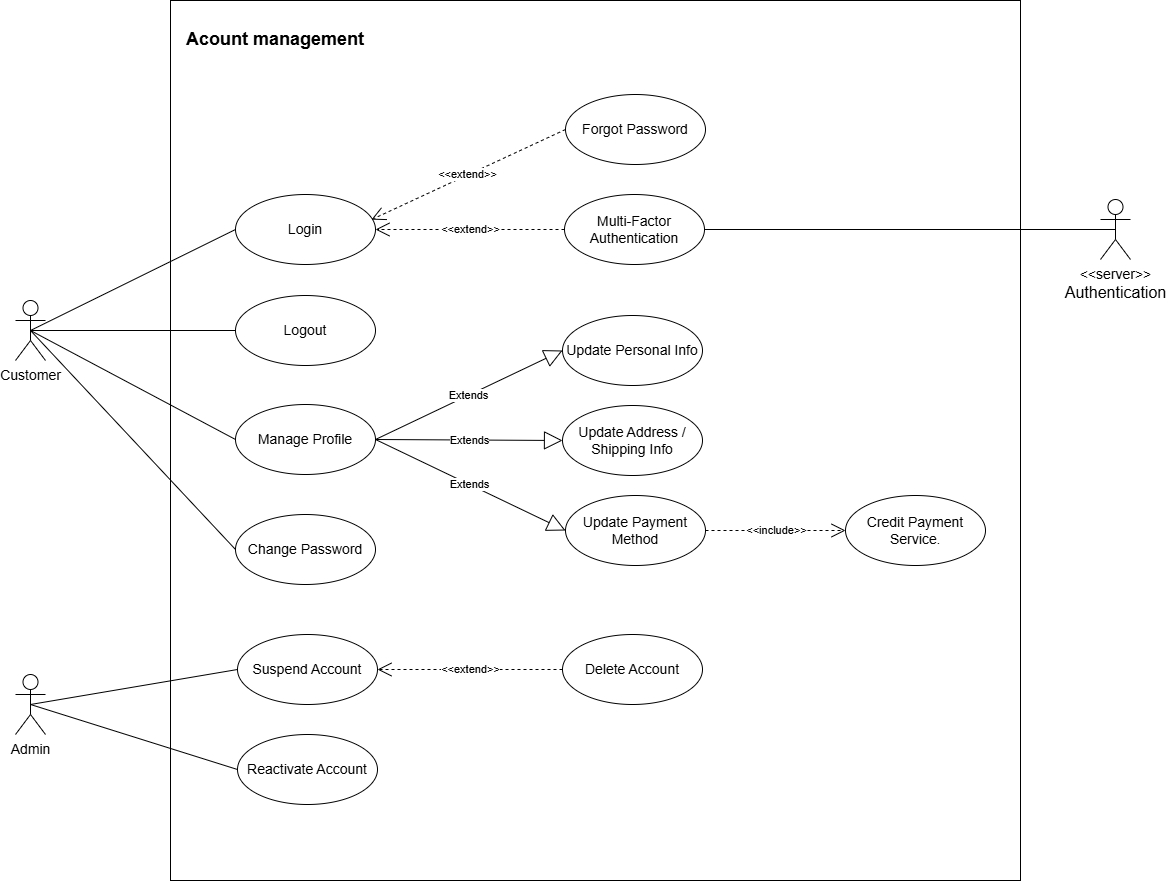
Before: docs/usecases/detailed/account_management.drawio.png, a diagram exported from draw.io (Thu-sunrise/cloud_computing). Source tidied: cells renumbered, new cells last; positions are measured from the earlier drawing's top-left corner, leaving out a move shared by most shapes.
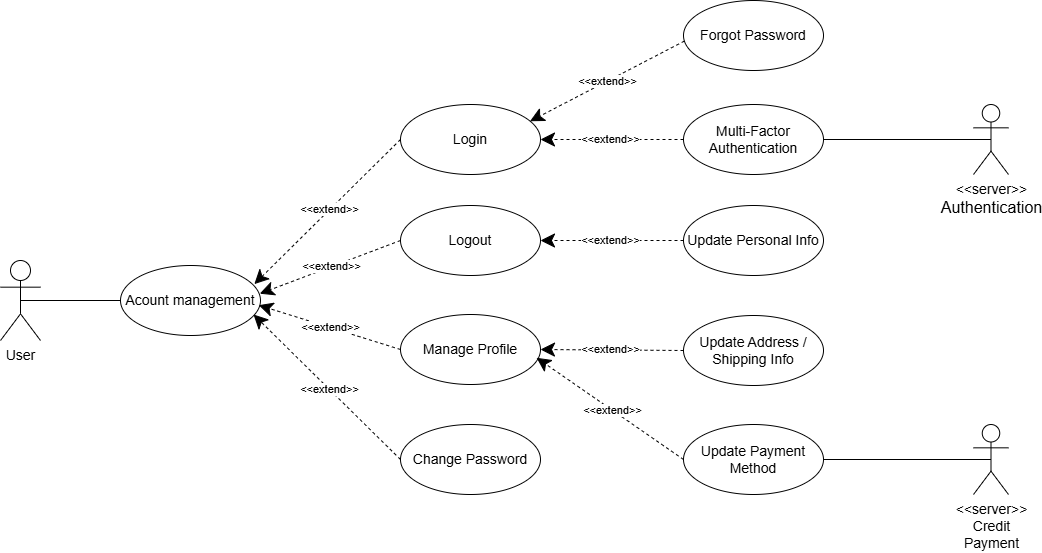
Later version of the same file.

Commit message:
Cập nhật sơ đồ use case: account_management và view_product

What changed in the source:
```diff
@@ -2,101 +2,80 @@
   <root>
     <mxCell id="0" />
     <mxCell id="1" parent="0" />
-    <mxCell id="2" style="rounded=0;whiteSpace=wrap;html=1;" parent="1" vertex="1">
-      <mxGeometry x="155" width="850" height="880" as="geometry" />
-    </mxCell>
-    <mxCell id="3" value="&lt;font style=&quot;font-size: 14px;&quot;&gt;Login&lt;/font&gt;" style="ellipse;whiteSpace=wrap;html=1;" parent="1" vertex="1">
-      <mxGeometry x="220" y="194" width="140" height="70" as="geometry" />
-    </mxCell>
+    <mxCell id="33" value="&lt;font style=&quot;font-size: 14px;&quot;&gt;Login&lt;/font&gt;" style="ellipse;whiteSpace=wrap;html=1;" parent="1" vertex="1">
+      <mxGeometry x="585" y="272" width="140" height="70" as="geometry" />
+    </mxCell>
     <mxCell id="4" value="&lt;font style=&quot;font-size: 14px;&quot;&gt;Logout&lt;/font&gt;" style="ellipse;whiteSpace=wrap;html=1;" parent="1" vertex="1">
-      <mxGeometry x="220" y="295" width="140" height="70" as="geometry" />
+      <mxGeometry x="585" y="373" width="140" height="70" as="geometry" />
     </mxCell>
     <mxCell id="5" value="&lt;font style=&quot;font-size: 14px;&quot;&gt;Manage Profile&lt;/font&gt;" style="ellipse;whiteSpace=wrap;html=1;" parent="1" vertex="1">
-      <mxGeometry x="220" y="404" width="140" height="70" as="geometry" />
+      <mxGeometry x="585" y="482" width="140" height="70" as="geometry" />
     </mxCell>
     <mxCell id="6" value="&lt;font style=&quot;font-size: 14px;&quot;&gt;Update Personal Info&lt;/font&gt;" style="ellipse;whiteSpace=wrap;html=1;" parent="1" vertex="1">
-      <mxGeometry x="547" y="315" width="140" height="70" as="geometry" />
+      <mxGeometry x="868" y="373" width="140" height="70" as="geometry" />
     </mxCell>
     <mxCell id="7" value="&lt;font style=&quot;font-size: 14px;&quot;&gt;Update Address / Shipping Info&lt;/font&gt;" style="ellipse;whiteSpace=wrap;html=1;" parent="1" vertex="1">
-      <mxGeometry x="547" y="405" width="140" height="70" as="geometry" />
+      <mxGeometry x="868" y="483" width="140" height="70" as="geometry" />
     </mxCell>
     <mxCell id="8" value="&lt;font style=&quot;font-size: 14px;&quot;&gt;Update Payment Method&lt;/font&gt;" style="ellipse;whiteSpace=wrap;html=1;" parent="1" vertex="1">
-      <mxGeometry x="550" y="495" width="140" height="70" as="geometry" />
+      <mxGeometry x="868" y="592" width="140" height="70" as="geometry" />
     </mxCell>
-    <mxCell id="9" value="&lt;span&gt;&lt;font style=&quot;font-size: 14px;&quot;&gt;Credit Payment Service&lt;/font&gt;&lt;/span&gt;." style="ellipse;whiteSpace=wrap;html=1;" parent="1" vertex="1">
-      <mxGeometry x="830" y="495" width="140" height="70" as="geometry" />
-    </mxCell>
     <mxCell id="10" value="&lt;font style=&quot;font-size: 14px;&quot;&gt;Change Password&lt;/font&gt;" style="ellipse;whiteSpace=wrap;html=1;" parent="1" vertex="1">
-      <mxGeometry x="220" y="514" width="140" height="70" as="geometry" />
+      <mxGeometry x="585" y="592" width="140" height="70" as="geometry" />
     </mxCell>
-    <mxCell id="11" value="&lt;font style=&quot;font-size: 14px;&quot;&gt;Suspend Account&lt;/font&gt;" style="ellipse;whiteSpace=wrap;html=1;" parent="1" vertex="1">
-      <mxGeometry x="222" y="634" width="140" height="70" as="geometry" />
-    </mxCell>
-    <mxCell id="12" value="&lt;font style=&quot;font-size: 14px;&quot;&gt;Reactivate Account&lt;/font&gt;" style="ellipse;whiteSpace=wrap;html=1;" parent="1" vertex="1">
-      <mxGeometry x="222" y="734" width="140" height="70" as="geometry" />
-    </mxCell>
-    <mxCell id="13" value="&lt;font style=&quot;font-size: 14px;&quot;&gt;Delete Account&lt;/font&gt;" style="ellipse;whiteSpace=wrap;html=1;" parent="1" vertex="1">
-      <mxGeometry x="547" y="634" width="140" height="70" as="geometry" />
-    </mxCell>
     <mxCell id="14" value="&lt;span&gt;&lt;font style=&quot;font-size: 14px;&quot;&gt;Forgot Password&lt;/font&gt;&lt;/span&gt;" style="ellipse;whiteSpace=wrap;html=1;" parent="1" vertex="1">
-      <mxGeometry x="550" y="94" width="140" height="70" as="geometry" />
+      <mxGeometry x="868" y="168" width="140" height="70" as="geometry" />
     </mxCell>
-    <mxCell id="15" value="&amp;lt;&amp;lt;extend&amp;gt;&amp;gt;" style="endArrow=open;endSize=12;dashed=1;html=1;rounded=0;exitX=0;exitY=0.5;exitDx=0;exitDy=0;entryX=0.971;entryY=0.359;entryDx=0;entryDy=0;entryPerimeter=0;" parent="1" edge="1" source="14" target="3">
-      <mxGeometry relative="1" as="geometry" />
-    </mxCell>
-    <mxCell id="16" value="&amp;lt;&amp;lt;include&amp;gt;&amp;gt;" style="endArrow=open;endSize=12;dashed=1;html=1;rounded=0;exitX=1;exitY=0.5;exitDx=0;exitDy=0;entryX=0;entryY=0.5;entryDx=0;entryDy=0;" parent="1" edge="1" source="8" target="9">
-      <mxGeometry relative="1" as="geometry" />
-    </mxCell>
-    <mxCell id="17" value="&amp;lt;&amp;lt;extend&amp;gt;&amp;gt;" style="endArrow=open;endSize=12;dashed=1;html=1;rounded=0;exitX=0;exitY=0.5;exitDx=0;exitDy=0;entryX=1;entryY=0.5;entryDx=0;entryDy=0;" parent="1" edge="1" source="13" target="11">
-      <mxGeometry relative="1" as="geometry" />
-    </mxCell>
-    <mxCell id="18" value="&amp;lt;&amp;lt;extend&amp;gt;&amp;gt;" style="endArrow=open;endSize=12;dashed=1;html=1;rounded=0;exitX=0;exitY=0.5;exitDx=0;exitDy=0;entryX=1;entryY=0.5;entryDx=0;entryDy=0;" parent="1" edge="1" source="19" target="3">
-      <mxGeometry relative="1" as="geometry" />
-    </mxCell>
+    <mxCell id="34" value="&amp;lt;&amp;lt;extend&amp;gt;&amp;gt;" style="endArrow=classic;endSize=12;dashed=1;html=1;rounded=0;exitX=0.006;exitY=0.58;exitDx=0;exitDy=0;exitPerimeter=0;entryX=0.925;entryY=0.239;entryDx=0;entryDy=0;entryPerimeter=0;endFill=1;" parent="1" edge="1" source="14" target="33">
+      <mxGeometry relative="1" as="geometry" />
+    </mxCell>
+    <mxCell id="35" value="&amp;lt;&amp;lt;extend&amp;gt;&amp;gt;" style="endArrow=classic;endSize=12;dashed=1;html=1;rounded=0;exitX=0;exitY=0.5;exitDx=0;exitDy=0;entryX=1;entryY=0.5;entryDx=0;entryDy=0;endFill=1;" parent="1" edge="1" source="19" target="33">
+      <mxGeometry relative="1" as="geometry" />
+    </mxCell>
     <mxCell id="19" value="&lt;font style=&quot;font-size: 14px;&quot;&gt;Multi-Factor Authentication&lt;/font&gt;" style="ellipse;whiteSpace=wrap;html=1;" parent="1" vertex="1">
-      <mxGeometry x="549" y="194" width="140" height="70" as="geometry" />
+      <mxGeometry x="868" y="272" width="140" height="70" as="geometry" />
     </mxCell>
-    <mxCell id="20" value="Extends" style="endArrow=block;endSize=16;endFill=0;html=1;rounded=0;exitX=1;exitY=0.5;exitDx=0;exitDy=0;entryX=0;entryY=0.5;entryDx=0;entryDy=0;" parent="1" edge="1" source="5" target="6">
-      <mxGeometry relative="1" as="geometry" />
-    </mxCell>
-    <mxCell id="21" value="Extends" style="endArrow=block;endSize=16;endFill=0;html=1;rounded=0;entryX=0;entryY=0.5;entryDx=0;entryDy=0;exitX=1;exitY=0.5;exitDx=0;exitDy=0;" parent="1" edge="1" source="5" target="7">
-      <mxGeometry relative="1" as="geometry" />
-    </mxCell>
-    <mxCell id="22" value="Extends" style="endArrow=block;endSize=16;endFill=0;html=1;rounded=0;exitX=1;exitY=0.5;exitDx=0;exitDy=0;entryX=0;entryY=0.5;entryDx=0;entryDy=0;" parent="1" edge="1" source="5" target="8">
-      <mxGeometry relative="1" as="geometry" />
-    </mxCell>
-    <mxCell id="23" style="rounded=0;jettySize=auto;html=1;exitX=0.5;exitY=0.5;exitDx=0;exitDy=0;exitPerimeter=0;entryX=0;entryY=0.5;entryDx=0;entryDy=0;endArrow=none;endFill=0;" parent="1" edge="1" source="27" target="3">
-      <mxGeometry relative="1" as="geometry" />
-    </mxCell>
-    <mxCell id="24" style="rounded=0;jettySize=auto;html=1;exitX=0.5;exitY=0.5;exitDx=0;exitDy=0;exitPerimeter=0;entryX=0;entryY=0.5;entryDx=0;entryDy=0;endArrow=none;endFill=0;" parent="1" edge="1" source="27" target="4">
-      <mxGeometry relative="1" as="geometry" />
-    </mxCell>
-    <mxCell id="25" style="rounded=0;jettySize=auto;html=1;exitX=0.5;exitY=0.5;exitDx=0;exitDy=0;exitPerimeter=0;entryX=0;entryY=0.5;entryDx=0;entryDy=0;endArrow=none;endFill=0;" parent="1" edge="1" source="27" target="5">
-      <mxGeometry relative="1" as="geometry" />
-    </mxCell>
-    <mxCell id="26" style="rounded=0;jettySize=auto;html=1;exitX=0.5;exitY=0.5;exitDx=0;exitDy=0;exitPerimeter=0;entryX=0;entryY=0.5;entryDx=0;entryDy=0;endArrow=none;endFill=0;" parent="1" edge="1" source="27" target="10">
-      <mxGeometry relative="1" as="geometry" />
-    </mxCell>
-    <mxCell id="27" value="&lt;font style=&quot;font-size: 14px;&quot;&gt;Customer&lt;/font&gt;" style="shape=umlActor;verticalLabelPosition=bottom;verticalAlign=top;html=1;" parent="1" vertex="1">
-      <mxGeometry y="300" width="30" height="60" as="geometry" />
-    </mxCell>
-    <mxCell id="28" style="rounded=0;jettySize=auto;html=1;exitX=0.5;exitY=0.5;exitDx=0;exitDy=0;exitPerimeter=0;entryX=0;entryY=0.5;entryDx=0;entryDy=0;endArrow=none;endFill=0;" parent="1" edge="1" source="30" target="11">
-      <mxGeometry relative="1" as="geometry" />
-    </mxCell>
-    <mxCell id="29" style="rounded=0;jettySize=auto;html=1;exitX=0.5;exitY=0.5;exitDx=0;exitDy=0;exitPerimeter=0;endArrow=none;endFill=0;entryX=0;entryY=0.5;entryDx=0;entryDy=0;" parent="1" edge="1" source="30" target="12">
-      <mxGeometry relative="1" as="geometry" />
-    </mxCell>
-    <mxCell id="30" value="&lt;font style=&quot;font-size: 14px;&quot;&gt;Admin&lt;/font&gt;" style="shape=umlActor;verticalLabelPosition=bottom;verticalAlign=top;html=1;" parent="1" vertex="1">
-      <mxGeometry y="674" width="30" height="60" as="geometry" />
-    </mxCell>
+    <mxCell id="36" style="rounded=0;jettySize=auto;html=1;exitX=0.5;exitY=0.5;exitDx=0;exitDy=0;exitPerimeter=0;entryX=0;entryY=0.5;entryDx=0;entryDy=0;endArrow=none;endFill=0;" parent="1" edge="1" source="37" target="31">
+      <mxGeometry relative="1" as="geometry" />
+    </mxCell>
+    <mxCell id="37" value="&lt;span style=&quot;font-size: 14px;&quot;&gt;User&lt;/span&gt;" style="shape=umlActor;verticalLabelPosition=bottom;verticalAlign=top;html=1;" parent="1" vertex="1">
+      <mxGeometry x="185" y="428" width="40" height="80" as="geometry" />
+    </mxCell>
+    <mxCell id="32" value="&lt;font style=&quot;font-size: 14px;&quot;&gt;&amp;lt;&amp;lt;server&amp;gt;&amp;gt;&lt;/font&gt;&lt;div&gt;&lt;font size=&quot;3&quot;&gt;Authentication&lt;/font&gt;&lt;/div&gt;" style="shape=umlActor;verticalLabelPosition=bottom;verticalAlign=top;html=1;" parent="1" vertex="1">
+      <mxGeometry x="1158" y="272" width="35" height="70" as="geometry" />
+    </mxCell>
+    <mxCell id="38" style="rounded=0;jettySize=auto;html=1;exitX=1;exitY=0.5;exitDx=0;exitDy=0;entryX=0.5;entryY=0.5;entryDx=0;entryDy=0;entryPerimeter=0;endArrow=none;endFill=0;" parent="1" edge="1" source="19" target="32">
+      <mxGeometry relative="1" as="geometry" />
+    </mxCell>
-    <mxCell id="31" value="&lt;b&gt;&lt;font style=&quot;font-size: 18px;&quot;&gt;Acount management&lt;/font&gt;&lt;/b&gt;" style="text;html=1;align=center;verticalAlign=middle;whiteSpace=wrap;rounded=0;" parent="1" vertex="1">
-      <mxGeometry x="160" y="14" width="200" height="50" as="geometry" />
+    <mxCell id="31" value="&lt;font style=&quot;font-size: 14px;&quot;&gt;Acount management&lt;/font&gt;" style="ellipse;whiteSpace=wrap;html=1;" parent="1" vertex="1">
+      <mxGeometry x="305" y="433" width="140" height="70" as="geometry" />
     </mxCell>
-    <mxCell id="32" value="&lt;font style=&quot;font-size: 14px;&quot;&gt;&amp;lt;&amp;lt;server&amp;gt;&amp;gt;&lt;/font&gt;&lt;div&gt;&lt;font size=&quot;3&quot;&gt;Authentication&lt;/font&gt;&lt;/div&gt;" style="shape=umlActor;verticalLabelPosition=bottom;verticalAlign=top;html=1;" parent="1" vertex="1">
-      <mxGeometry x="1085" y="199" width="30" height="60" as="geometry" />
-    </mxCell>
-    <mxCell id="33" style="rounded=0;jettySize=auto;html=1;exitX=1;exitY=0.5;exitDx=0;exitDy=0;entryX=0.5;entryY=0.5;entryDx=0;entryDy=0;entryPerimeter=0;endArrow=none;endFill=0;" parent="1" edge="1" source="19" target="32">
-      <mxGeometry relative="1" as="geometry" />
-    </mxCell>
+    <mxCell id="39" value="&amp;lt;&amp;lt;extend&amp;gt;&amp;gt;" style="endArrow=classic;endSize=12;dashed=1;html=1;rounded=0;exitX=0;exitY=0.5;exitDx=0;exitDy=0;entryX=1;entryY=0.5;entryDx=0;entryDy=0;endFill=1;" parent="1" edge="1" source="6" target="4">
+      <mxGeometry relative="1" as="geometry" />
+    </mxCell>
+    <mxCell id="40" value="&amp;lt;&amp;lt;extend&amp;gt;&amp;gt;" style="endArrow=classic;endSize=12;dashed=1;html=1;rounded=0;exitX=0;exitY=0.5;exitDx=0;exitDy=0;entryX=1;entryY=0.5;entryDx=0;entryDy=0;endFill=1;" parent="1" edge="1" source="7" target="5">
+      <mxGeometry relative="1" as="geometry" />
+    </mxCell>
+    <mxCell id="41" value="&amp;lt;&amp;lt;extend&amp;gt;&amp;gt;" style="endArrow=classic;endSize=12;dashed=1;html=1;rounded=0;exitX=0;exitY=0.5;exitDx=0;exitDy=0;entryX=0.972;entryY=0.618;entryDx=0;entryDy=0;entryPerimeter=0;endFill=1;" parent="1" edge="1" source="8" target="5">
+      <mxGeometry relative="1" as="geometry" />
+    </mxCell>
+    <mxCell id="42" value="&amp;lt;&amp;lt;extend&amp;gt;&amp;gt;" style="endArrow=classic;endSize=12;dashed=1;html=1;rounded=0;exitX=0;exitY=0.5;exitDx=0;exitDy=0;entryX=0.956;entryY=0.266;entryDx=0;entryDy=0;entryPerimeter=0;endFill=1;" parent="1" edge="1" source="33" target="31">
+      <mxGeometry relative="1" as="geometry" />
+    </mxCell>
+    <mxCell id="43" value="&amp;lt;&amp;lt;extend&amp;gt;&amp;gt;" style="endArrow=classic;endSize=12;dashed=1;html=1;rounded=0;exitX=0;exitY=0.5;exitDx=0;exitDy=0;entryX=0.995;entryY=0.403;entryDx=0;entryDy=0;entryPerimeter=0;endFill=1;" parent="1" edge="1" source="4" target="31">
+      <mxGeometry relative="1" as="geometry" />
+    </mxCell>
+    <mxCell id="44" value="&amp;lt;&amp;lt;extend&amp;gt;&amp;gt;" style="endArrow=classic;endSize=12;dashed=1;html=1;rounded=0;exitX=0;exitY=0.5;exitDx=0;exitDy=0;entryX=0.987;entryY=0.567;entryDx=0;entryDy=0;entryPerimeter=0;endFill=1;" parent="1" edge="1" source="5" target="31">
+      <mxGeometry relative="1" as="geometry" />
+    </mxCell>
+    <mxCell id="45" value="&amp;lt;&amp;lt;extend&amp;gt;&amp;gt;" style="endArrow=classic;endSize=12;dashed=1;html=1;rounded=0;exitX=0;exitY=0.5;exitDx=0;exitDy=0;entryX=0.95;entryY=0.7;entryDx=0;entryDy=0;entryPerimeter=0;endFill=1;" parent="1" edge="1" source="10" target="31">
+      <mxGeometry relative="1" as="geometry" />
+    </mxCell>
+    <mxCell id="46" value="&lt;font style=&quot;font-size: 14px;&quot;&gt;&amp;lt;&amp;lt;server&amp;gt;&amp;gt;&lt;/font&gt;&lt;div&gt;&lt;span style=&quot;font-size: 14px; text-wrap-mode: wrap;&quot;&gt;Credit Payment&lt;/span&gt;&lt;/div&gt;" style="shape=umlActor;verticalLabelPosition=bottom;verticalAlign=top;html=1;" parent="1" vertex="1">
+      <mxGeometry x="1158" y="592" width="35" height="70" as="geometry" />
+    </mxCell>
+    <mxCell id="47" style="rounded=0;jettySize=auto;html=1;exitX=1;exitY=0.5;exitDx=0;exitDy=0;entryX=0.5;entryY=0.5;entryDx=0;entryDy=0;entryPerimeter=0;endArrow=none;endFill=0;" parent="1" edge="1" source="8" target="46">
+      <mxGeometry relative="1" as="geometry" />
+    </mxCell>
   </root>
 </mxGraphModel>
```
